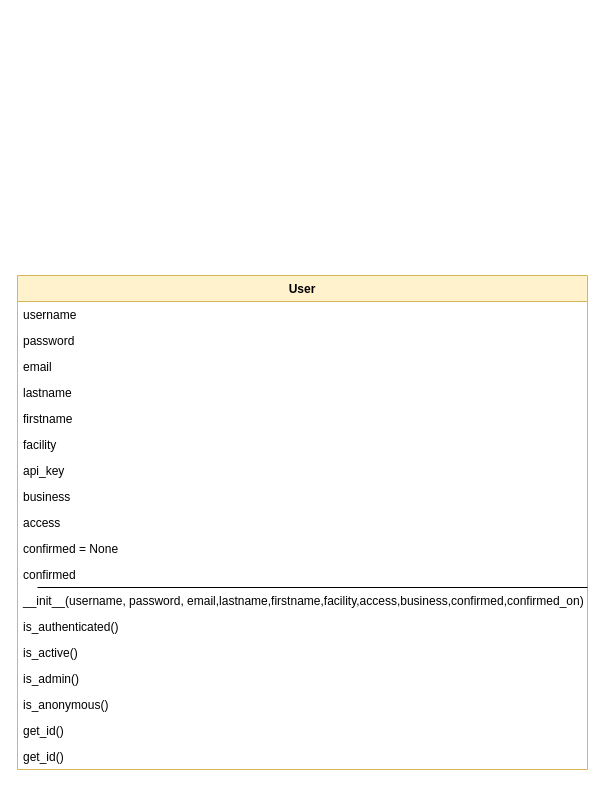
This is assets/uml/user.drawio from ioer-dresden/monitor-api-doku, a draw.io file, before an edit. Source tidied: cells renumbered, new cells numbered last; positions are measured from the earlier drawing's top-left corner, leaving out a move shared by most shapes. Both pictures are drawn from the tidied source at 100%, with x=0, y=0 at pixel (17, 275).
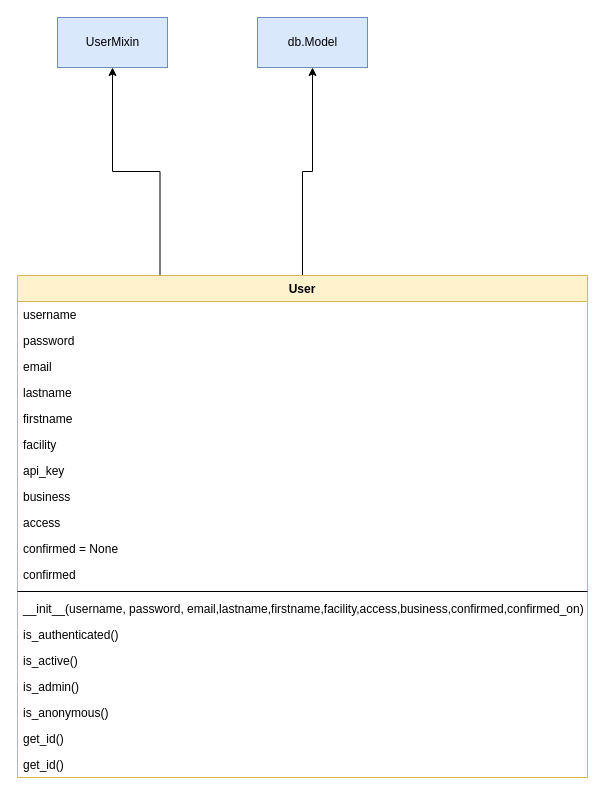
Above is the later version.

Change to the diagram source:
```diff
@@
+    <mxCell id="22" style="edgeStyle=orthogonalEdgeStyle;rounded=0;jettySize=auto;html=1;exitX=0.25;exitY=0;exitDx=0;exitDy=0;" parent="1" edge="1" source="2" target="24">
+      <mxGeometry relative="1" as="geometry" />
+    </mxCell>
+    <mxCell id="23" style="edgeStyle=orthogonalEdgeStyle;rounded=0;jettySize=auto;html=1;exitX=0.5;exitY=0;exitDx=0;exitDy=0;entryX=0.5;entryY=1;entryDx=0;entryDy=0;" parent="1" edge="1" source="2" target="25">
+      <mxGeometry relative="1" as="geometry" />
+    </mxCell>
     <mxCell id="2" value="User" style="swimlane;fontStyle=1;align=center;verticalAlign=top;horizontal=1;startSize=26;fillColor=#fff2cc;strokeColor=#d6b656;" parent="1" vertex="1">
-      <mxGeometry width="570" height="494" as="geometry" />
+      <mxGeometry width="570" height="502" as="geometry" />
     </mxCell>
@@
+    <mxCell id="21" style="line;strokeWidth=1;fillColor=none;align=left;verticalAlign=middle;spacingTop=-1;spacingLeft=3;spacingRight=3;labelPosition=right;" parent="2" vertex="1">
+      <mxGeometry y="312" width="570" height="8" as="geometry" />
+    </mxCell>
     <mxCell id="14" value="__init__(username, password, email,lastname,firstname,facility,access,business,confirmed,confirmed_on)&#10;" style="text;strokeColor=none;fillColor=none;align=left;verticalAlign=top;spacingLeft=4;spacingRight=4;overflow=hidden;" parent="2" vertex="1">
-      <mxGeometry y="312" width="570" height="26" as="geometry" />
+      <mxGeometry y="320" width="570" height="26" as="geometry" />
     </mxCell>
     <mxCell id="15" value="is_authenticated()&#10;" style="text;strokeColor=none;fillColor=none;align=left;verticalAlign=top;spacingLeft=4;spacingRight=4;overflow=hidden;" parent="2" vertex="1">
-      <mxGeometry y="338" width="570" height="26" as="geometry" />
+      <mxGeometry y="346" width="570" height="26" as="geometry" />
     </mxCell>
     <mxCell id="16" value="is_active()&#10;" style="text;strokeColor=none;fillColor=none;align=left;verticalAlign=top;spacingLeft=4;spacingRight=4;overflow=hidden;" parent="2" vertex="1">
-      <mxGeometry y="364" width="570" height="26" as="geometry" />
+      <mxGeometry y="372" width="570" height="26" as="geometry" />
     </mxCell>
     <mxCell id="17" value="is_admin()&#10;" style="text;strokeColor=none;fillColor=none;align=left;verticalAlign=top;spacingLeft=4;spacingRight=4;overflow=hidden;" parent="2" vertex="1">
-      <mxGeometry y="390" width="570" height="26" as="geometry" />
+      <mxGeometry y="398" width="570" height="26" as="geometry" />
     </mxCell>
     <mxCell id="18" value="is_anonymous()&#10;" style="text;strokeColor=none;fillColor=none;align=left;verticalAlign=top;spacingLeft=4;spacingRight=4;overflow=hidden;" parent="2" vertex="1">
-      <mxGeometry y="416" width="570" height="26" as="geometry" />
+      <mxGeometry y="424" width="570" height="26" as="geometry" />
     </mxCell>
     <mxCell id="19" value="get_id()&#10;" style="text;strokeColor=none;fillColor=none;align=left;verticalAlign=top;spacingLeft=4;spacingRight=4;overflow=hidden;" parent="2" vertex="1">
-      <mxGeometry y="442" width="570" height="26" as="geometry" />
+      <mxGeometry y="450" width="570" height="26" as="geometry" />
     </mxCell>
     <mxCell id="20" value="get_id()&#10;" style="text;strokeColor=none;fillColor=none;align=left;verticalAlign=top;spacingLeft=4;spacingRight=4;overflow=hidden;" parent="2" vertex="1">
-      <mxGeometry y="468" width="570" height="26" as="geometry" />
+      <mxGeometry y="476" width="570" height="26" as="geometry" />
     </mxCell>
-    <mxCell id="21" style="line;strokeWidth=1;fillColor=none;align=left;verticalAlign=middle;spacingTop=-1;spacingLeft=3;spacingRight=3;labelPosition=right;" parent="1" vertex="1">
-      <mxGeometry x="20" y="308" width="550" height="8" as="geometry" />
-    </mxCell>
+    <mxCell id="24" value="UserMixin" style="html=1;fillColor=#dae8fc;strokeColor=#6c8ebf;" parent="1" vertex="1">
+      <mxGeometry x="40" y="-258" width="110" height="50" as="geometry" />
+    </mxCell>
+    <mxCell id="25" value="db.Model" style="html=1;fillColor=#dae8fc;strokeColor=#6c8ebf;" parent="1" vertex="1">
+      <mxGeometry x="240" y="-258" width="110" height="50" as="geometry" />
+    </mxCell>
```
